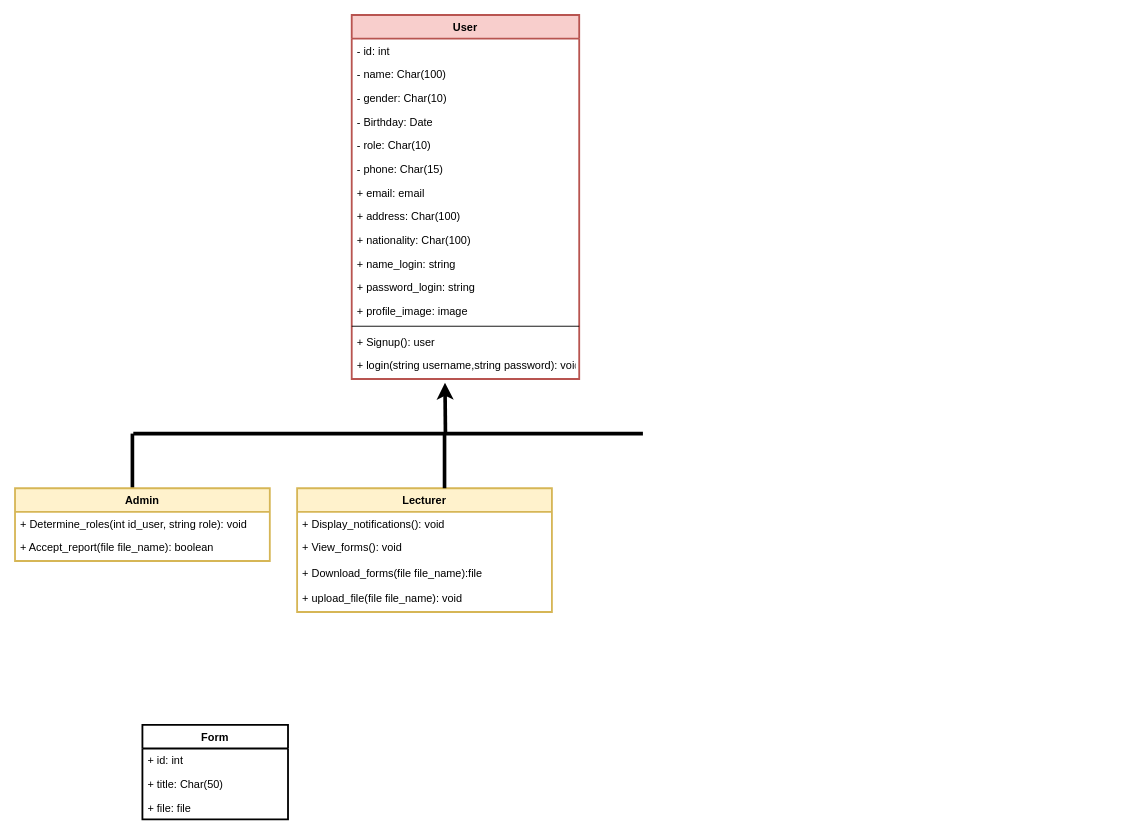
Above: Class Diagram تخرج.drawio in doaa517/Diagrams (draw.io), before the change. Source tidied: cells renumbered, new cells numbered last; positions are measured from the earlier drawing's top-left corner, leaving out a move shared by most shapes. Both pictures are drawn from the tidied source at 91%, with x=0, y=0 at pixel (15, 15).
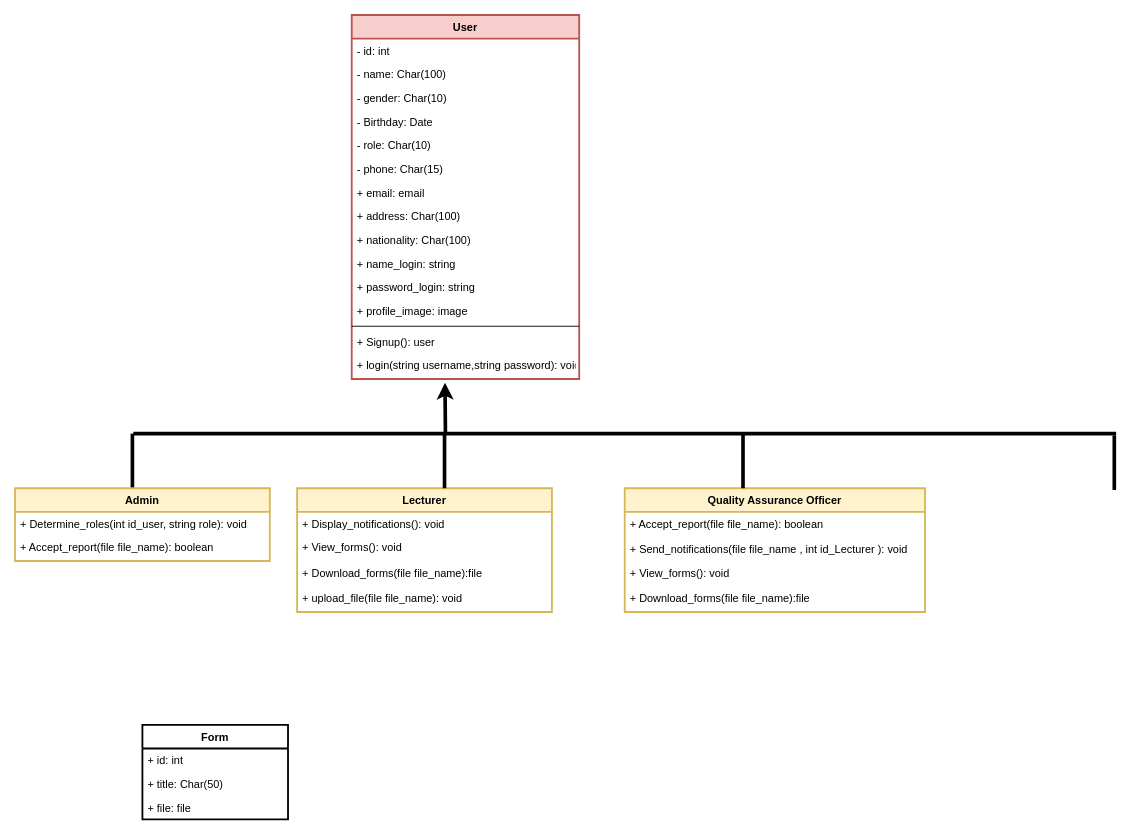
Above is the later version.

Change to the diagram source:
```diff
@@
     <mxCell id="19" style="endArrow=none;html=1;rounded=0;strokeWidth=4;" parent="1" edge="1">
       <mxGeometry relative="1" as="geometry">
         <mxPoint x="130" y="460" as="sourcePoint" />
-        <mxPoint x="690" y="460" as="targetPoint" />
+        <mxPoint x="1210" y="460" as="targetPoint" />
       </mxGeometry>
     </mxCell>
@@
+    <mxCell id="34" value="Quality Assurance Officer" style="swimlane;fontStyle=1;align=center;verticalAlign=top;horizontal=1;startSize=26;strokeWidth=2;fillColor=#fff2cc;strokeColor=#d6b656;" parent="1" vertex="1">
+      <mxGeometry x="670" y="520" width="330" height="136" as="geometry" />
+    </mxCell>
+    <mxCell id="35" value="+ Accept_report(file file_name): boolean&#10;" style="text;strokeColor=none;fillColor=none;align=left;verticalAlign=top;spacingLeft=4;spacingRight=4;overflow=hidden;" parent="34" vertex="1">
+      <mxGeometry y="26" width="330" height="28" as="geometry" />
+    </mxCell>
+    <mxCell id="36" value="+ Send_notifications(file file_name , int id_Lecturer ): void" style="text;strokeColor=none;fillColor=none;align=left;verticalAlign=top;spacingLeft=4;spacingRight=4;overflow=hidden;" parent="34" vertex="1">
+      <mxGeometry y="54" width="330" height="26" as="geometry" />
+    </mxCell>
+    <mxCell id="37" value="+ View_forms(): void&#10;" style="text;strokeColor=none;fillColor=none;align=left;verticalAlign=top;spacingLeft=4;spacingRight=4;overflow=hidden;" parent="34" vertex="1">
+      <mxGeometry y="80" width="330" height="28" as="geometry" />
+    </mxCell>
+    <mxCell id="38" value="+ Download_forms(file file_name):file&#10;" style="text;strokeColor=none;fillColor=none;align=left;verticalAlign=top;spacingLeft=4;spacingRight=4;overflow=hidden;" parent="34" vertex="1">
+      <mxGeometry y="108" width="330" height="28" as="geometry" />
+    </mxCell>
+    <mxCell id="39" style="endArrow=none;html=1;rounded=0;strokeWidth=4;" parent="1" edge="1">
+      <mxGeometry relative="1" as="geometry">
+        <mxPoint x="800" y="520" as="sourcePoint" />
+        <mxPoint x="800" y="460" as="targetPoint" />
+      </mxGeometry>
+    </mxCell>
+    <mxCell id="40" style="endArrow=none;html=1;rounded=0;strokeWidth=4;" parent="1" edge="1">
+      <mxGeometry relative="1" as="geometry">
+        <mxPoint x="1208" y="522" as="sourcePoint" />
+        <mxPoint x="1208" y="462" as="targetPoint" />
+      </mxGeometry>
+    </mxCell>
```
